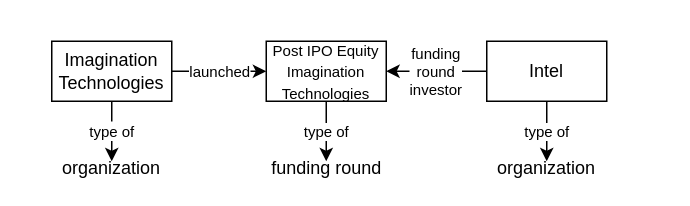
This is exampleTriples.drawio from SilvesterYu/FinQA_Vis, a draw.io file, before an edit. Source tidied: cells renumbered, new cells numbered last; positions are measured from the earlier drawing's top-left corner, leaving out a move shared by most shapes. Both pictures are drawn from the tidied source at 150%, with x=0, y=0 at pixel (51, 40).
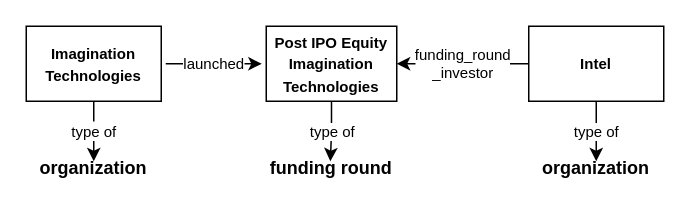
After the change.

Diff of the diagram source:
```diff
@@
 <mxGraphModel>
   <root>
     <mxCell id="0" />
     <mxCell id="1" parent="0" />
     <mxCell id="2" value="&lt;font style=&quot;font-size: 10px;&quot;&gt;type of&lt;/font&gt;" style="edgeStyle=orthogonalEdgeStyle;rounded=0;jettySize=auto;html=1;exitX=0.5;exitY=1;exitDx=0;exitDy=0;" parent="1" edge="1" source="4" target="5">
       <mxGeometry relative="1" as="geometry" />
     </mxCell>
-    <mxCell id="3" value="launched" style="edgeStyle=orthogonalEdgeStyle;rounded=0;jettySize=auto;html=1;exitX=1;exitY=0.5;exitDx=0;exitDy=0;entryX=0;entryY=0.5;entryDx=0;entryDy=0;fontSize=10;" parent="1" edge="1" source="4" target="7">
-      <mxGeometry relative="1" as="geometry" />
+    <mxCell id="3" value="launched" style="edgeStyle=orthogonalEdgeStyle;rounded=0;orthogonalLoop=1;jettySize=auto;html=1;exitX=1;exitY=0.5;exitDx=0;exitDy=0;entryX=0;entryY=0.5;entryDx=0;entryDy=0;fontSize=10;" parent="1" edge="1">
+      <mxGeometry relative="1" as="geometry">
+        <mxPoint x="76" y="15" as="sourcePoint" />
+        <mxPoint x="140" y="15" as="targetPoint" />
+      </mxGeometry>
     </mxCell>
-    <mxCell id="4" value="Imagination Technologies" style="rounded=0;whiteSpace=wrap;html=1;" parent="1" vertex="1">
-      <mxGeometry width="80" height="40" as="geometry" />
+    <mxCell id="4" value="&lt;font style=&quot;font-size: 10px;&quot;&gt;&lt;b&gt;Imagination Technologies&lt;/b&gt;&lt;/font&gt;" style="rounded=0;whiteSpace=wrap;html=1;" parent="1" vertex="1">
+      <mxGeometry x="-17" y="-10" width="90" height="50" as="geometry" />
     </mxCell>
-    <mxCell id="5" value="organization" style="text;html=1;strokeColor=none;fillColor=none;align=center;verticalAlign=middle;whiteSpace=wrap;rounded=0;" parent="1" vertex="1">
-      <mxGeometry x="10" y="80" width="60" height="10" as="geometry" />
+    <mxCell id="5" value="&lt;b&gt;organization&lt;/b&gt;" style="text;html=1;strokeColor=none;fillColor=none;align=center;verticalAlign=middle;whiteSpace=wrap;rounded=0;" parent="1" vertex="1">
+      <mxGeometry x="-2" y="80" width="60" height="10" as="geometry" />
     </mxCell>
     <mxCell id="6" value="type of" style="edgeStyle=orthogonalEdgeStyle;rounded=0;jettySize=auto;html=1;exitX=0.5;exitY=1;exitDx=0;exitDy=0;entryX=0.5;entryY=0;entryDx=0;entryDy=0;fontSize=10;" parent="1" edge="1" source="7" target="8">
       <mxGeometry relative="1" as="geometry" />
     </mxCell>
-    <mxCell id="7" value="&lt;font style=&quot;font-size: 10px;&quot;&gt;Post IPO Equity Imagination Technologies&lt;/font&gt;" style="rounded=0;whiteSpace=wrap;html=1;" parent="1" vertex="1">
-      <mxGeometry x="143" width="80" height="40" as="geometry" />
+    <mxCell id="7" value="&lt;font style=&quot;font-size: 10px;&quot;&gt;&lt;b&gt;Post IPO Equity Imagination Technologies&lt;/b&gt;&lt;/font&gt;" style="rounded=0;whiteSpace=wrap;html=1;" parent="1" vertex="1">
+      <mxGeometry x="143" y="-10" width="87" height="50" as="geometry" />
     </mxCell>
-    <mxCell id="8" value="funding round" style="text;html=1;strokeColor=none;fillColor=none;align=center;verticalAlign=middle;whiteSpace=wrap;rounded=0;" parent="1" vertex="1">
-      <mxGeometry x="144.5" y="80" width="77" height="10" as="geometry" />
+    <mxCell id="8" value="&lt;b&gt;funding round&lt;/b&gt;" style="text;html=1;strokeColor=none;fillColor=none;align=center;verticalAlign=middle;whiteSpace=wrap;rounded=0;" parent="1" vertex="1">
+      <mxGeometry x="139.5" y="80" width="92.5" height="10" as="geometry" />
     </mxCell>
-    <mxCell id="9" value="funding&lt;br&gt;round&lt;br&gt;investor" style="edgeStyle=orthogonalEdgeStyle;rounded=0;jettySize=auto;html=1;exitX=0;exitY=0.5;exitDx=0;exitDy=0;entryX=1;entryY=0.5;entryDx=0;entryDy=0;fontSize=10;" parent="1" edge="1" source="11" target="7">
+    <mxCell id="9" value="funding_round&lt;br&gt;_investor" style="edgeStyle=orthogonalEdgeStyle;rounded=0;jettySize=auto;html=1;exitX=0;exitY=0.5;exitDx=0;exitDy=0;entryX=1;entryY=0.5;entryDx=0;entryDy=0;fontSize=10;" parent="1" edge="1" source="11" target="7">
       <mxGeometry relative="1" as="geometry" />
     </mxCell>
     <mxCell id="10" value="type of" style="edgeStyle=orthogonalEdgeStyle;rounded=0;jettySize=auto;html=1;exitX=0.5;exitY=1;exitDx=0;exitDy=0;entryX=0.5;entryY=0;entryDx=0;entryDy=0;fontSize=10;" parent="1" edge="1" source="11" target="12">
       <mxGeometry relative="1" as="geometry" />
     </mxCell>
-    <mxCell id="11" value="&lt;font style=&quot;font-size: 12px;&quot;&gt;Intel&lt;/font&gt;" style="rounded=0;whiteSpace=wrap;html=1;" parent="1" vertex="1">
-      <mxGeometry x="290" width="80" height="40" as="geometry" />
+    <mxCell id="11" value="&lt;font style=&quot;font-size: 10px;&quot;&gt;&lt;b style=&quot;&quot;&gt;Intel&lt;/b&gt;&lt;/font&gt;" style="rounded=0;whiteSpace=wrap;html=1;" parent="1" vertex="1">
+      <mxGeometry x="318" y="-10" width="90" height="50" as="geometry" />
     </mxCell>
-    <mxCell id="12" value="organization" style="text;html=1;strokeColor=none;fillColor=none;align=center;verticalAlign=middle;whiteSpace=wrap;rounded=0;" parent="1" vertex="1">
-      <mxGeometry x="300" y="80" width="60" height="10" as="geometry" />
+    <mxCell id="12" value="&lt;b&gt;organization&lt;/b&gt;" style="text;html=1;strokeColor=none;fillColor=none;align=center;verticalAlign=middle;whiteSpace=wrap;rounded=0;" parent="1" vertex="1">
+      <mxGeometry x="333" y="80" width="60" height="10" as="geometry" />
     </mxCell>
   </root>
 </mxGraphModel>
```
